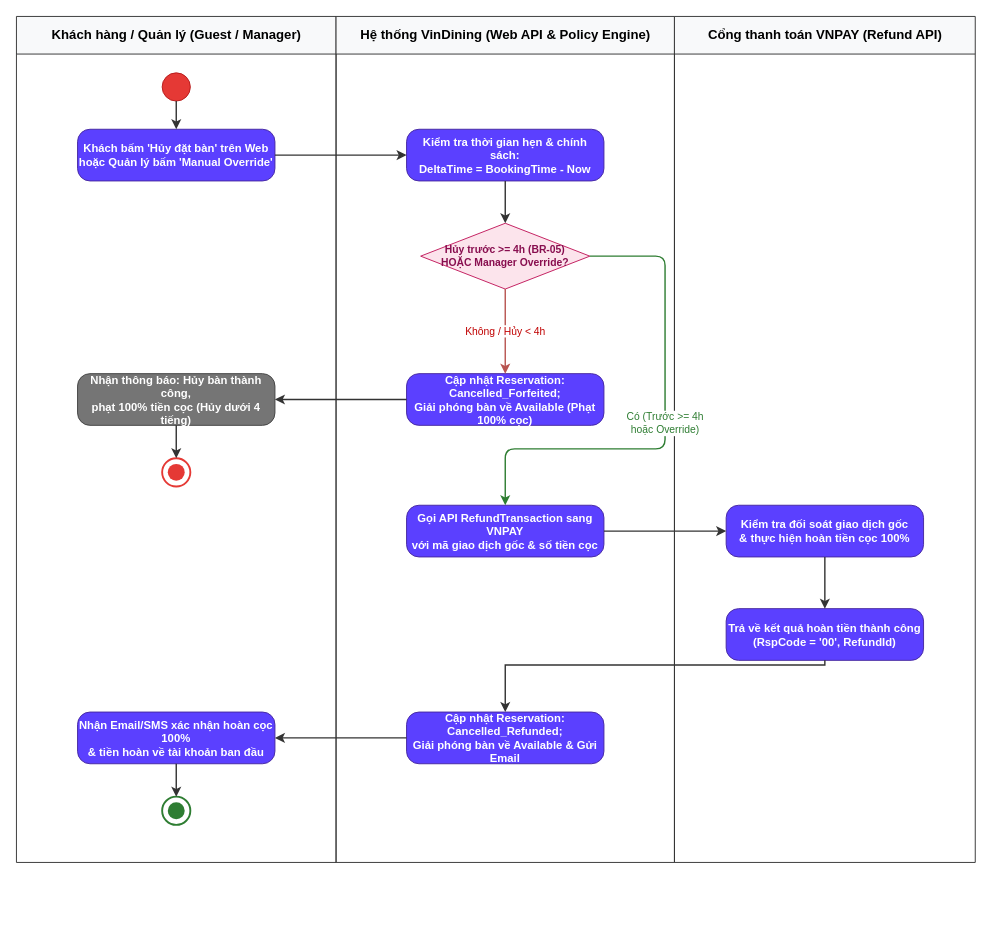
This is docs/phase1/drawio/ad05_cancellation_refund.drawio from AndrewQng/VinDining, a draw.io file, before an edit. Source tidied: cells renumbered, new cells numbered last; positions are measured from the earlier drawing's top-left corner, leaving out a move shared by most shapes. Both pictures are drawn from the tidied source at 94%, with x=0, y=0 at pixel (16, 16).
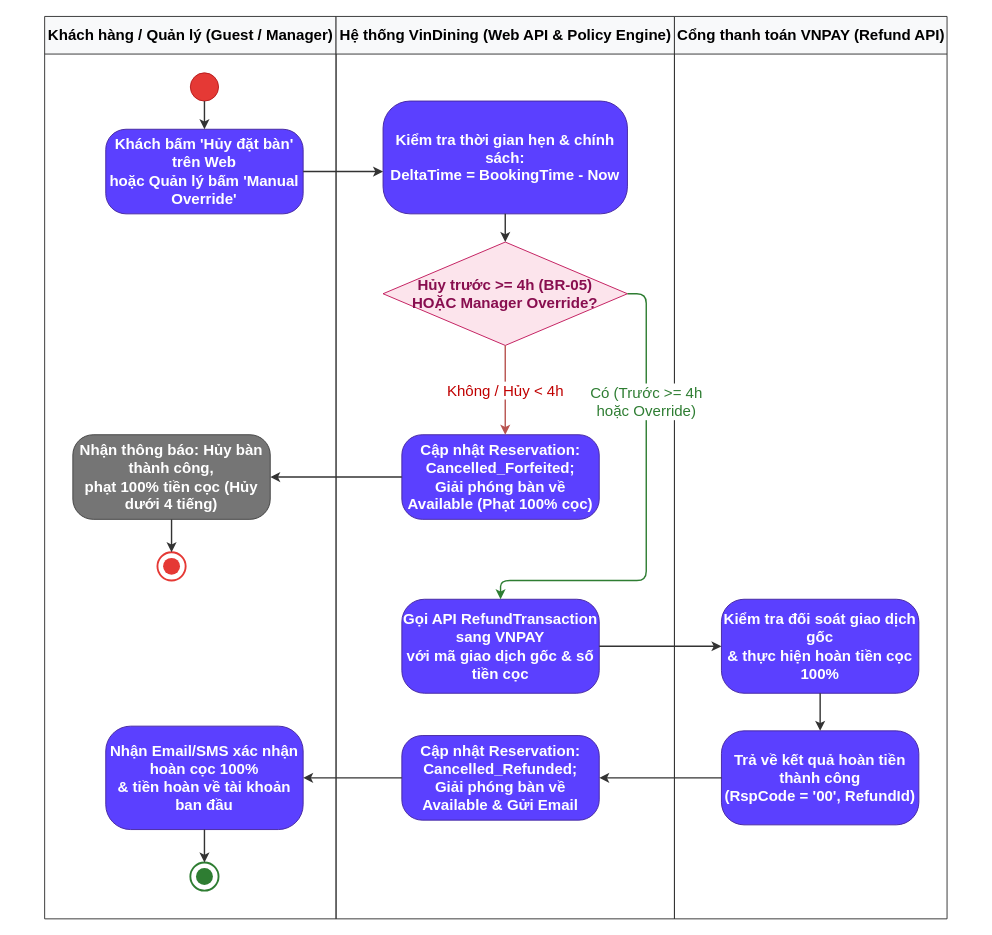
Above is the later version.

What changed in the source:
```diff
@@
-    <mxCell id="2" value="Khách hàng / Quản lý (Guest / Manager)" style="swimlane;html=1;startSize=40;horizontal=1;fontStyle=1;fontSize=14;align=center;verticalAlign=middle;fillColor=#f8f9fa;strokeColor=#333333;swimlaneLine=1;" parent="1" vertex="1">
-      <mxGeometry width="340" height="900" as="geometry" />
+    <mxCell id="2" value="Khách hàng / Quản lý (Guest / Manager)" style="swimlane;html=1;startSize=40;horizontal=1;fontStyle=1;fontSize=16;align=center;verticalAlign=middle;fillColor=#f8f9fa;strokeColor=#333333;swimlaneLine=1;" parent="1" vertex="1">
+      <mxGeometry x="30" width="310" height="960" as="geometry" />
     </mxCell>
-    <mxCell id="3" value="Hệ thống VinDining (Web API &amp; Policy Engine)" style="swimlane;html=1;startSize=40;horizontal=1;fontStyle=1;fontSize=14;align=center;verticalAlign=middle;fillColor=#f8f9fa;strokeColor=#333333;swimlaneLine=1;" parent="1" vertex="1">
-      <mxGeometry x="340" width="360" height="900" as="geometry" />
-    </mxCell>
-    <mxCell id="4" value="Cổng thanh toán VNPAY (Refund API)" style="swimlane;html=1;startSize=40;horizontal=1;fontStyle=1;fontSize=14;align=center;verticalAlign=middle;fillColor=#f8f9fa;strokeColor=#333333;swimlaneLine=1;" parent="1" vertex="1">
-      <mxGeometry x="700" width="320" height="900" as="geometry" />
-    </mxCell>
-    <mxCell id="5" style="ellipse;whiteSpace=wrap;html=1;fillColor=#e53935;strokeColor=#b71c1c;" parent="2" vertex="1">
+    <mxCell id="5" style="ellipse;whiteSpace=wrap;html=1;fillColor=#e53935;strokeColor=#b71c1c;fontSize=16;" parent="2" vertex="1">
       <mxGeometry x="155" y="60" width="30" height="30" as="geometry" />
     </mxCell>
-    <mxCell id="6" value="Khách bấm 'Hủy đặt bàn' trên Web&#10;hoặc Quản lý bấm 'Manual Override'" style="rounded=1;arcSize=24;whiteSpace=wrap;html=1;fillColor=#5b40ff;strokeColor=#4527a0;fontColor=#ffffff;fontStyle=1;fontSize=12;align=center;verticalAlign=middle;" parent="2" vertex="1">
-      <mxGeometry x="65" y="120" width="210" height="55" as="geometry" />
+    <mxCell id="6" value="Khách bấm 'Hủy đặt bàn' trên Web&#10;hoặc Quản lý bấm 'Manual Override'" style="rounded=1;arcSize=24;whiteSpace=wrap;html=1;fillColor=#5b40ff;strokeColor=#4527a0;fontColor=#ffffff;fontStyle=1;fontSize=16;align=center;verticalAlign=middle;" parent="2" vertex="1">
+      <mxGeometry x="65" y="120" width="210" height="90" as="geometry" />
     </mxCell>
+    <mxCell id="10" value="Nhận Email/SMS xác nhận hoàn cọc 100%&#10;&amp;amp; tiền hoàn về tài khoản ban đầu" style="rounded=1;arcSize=24;whiteSpace=wrap;html=1;fillColor=#5b40ff;strokeColor=#4527a0;fontColor=#ffffff;fontStyle=1;fontSize=16;align=center;verticalAlign=middle;" parent="2" vertex="1">
+      <mxGeometry x="65" y="755" width="210" height="110" as="geometry" />
+    </mxCell>
+    <mxCell id="11" style="ellipse;whiteSpace=wrap;html=1;fillColor=#ffffff;strokeColor=#2e7d32;strokeWidth=2;fontSize=16;" parent="2" vertex="1">
+      <mxGeometry x="155" y="900" width="30" height="30" as="geometry" />
+    </mxCell>
+    <mxCell id="12" style="ellipse;whiteSpace=wrap;html=1;fillColor=#2e7d32;strokeColor=none;fontSize=16;" parent="2" vertex="1">
+      <mxGeometry x="161" y="906" width="18" height="18" as="geometry" />
+    </mxCell>
+    <mxCell id="31" style="edgeStyle=orthogonalEdgeStyle;rounded=0;strokeColor=#333333;strokeWidth=1.5;html=1;fontSize=16;" parent="2" edge="1" source="10" target="11">
+      <mxGeometry relative="1" as="geometry" />
+    </mxCell>
+    <mxCell id="3" value="Hệ thống VinDining (Web API &amp;amp; Policy Engine)" style="swimlane;html=1;startSize=40;horizontal=1;fontStyle=1;fontSize=16;align=center;verticalAlign=middle;fillColor=#f8f9fa;strokeColor=#333333;swimlaneLine=1;" parent="1" vertex="1">
+      <mxGeometry x="340" width="360" height="960" as="geometry" />
+    </mxCell>
+    <mxCell id="13" value="Kiểm tra thời gian hẹn &amp;amp; chính sách:&#10;DeltaTime = BookingTime - Now" style="rounded=1;arcSize=24;whiteSpace=wrap;html=1;fillColor=#5b40ff;strokeColor=#4527a0;fontColor=#ffffff;fontStyle=1;fontSize=16;align=center;verticalAlign=middle;" parent="3" vertex="1">
+      <mxGeometry x="50" y="90" width="260" height="120" as="geometry" />
+    </mxCell>
+    <mxCell id="14" value="Hủy trước &amp;gt;= 4h (BR-05)&#10;HOẶC Manager Override?" style="rhombus;whiteSpace=wrap;html=1;fillColor=#fce4ec;strokeColor=#c2185b;fontColor=#880e4f;fontStyle=1;fontSize=16;align=center;verticalAlign=middle;" parent="3" vertex="1">
+      <mxGeometry x="50" y="240" width="260" height="110" as="geometry" />
+    </mxCell>
-    <mxCell id="7" value="Nhận thông báo: Hủy bàn thành công,&#10;phạt 100% tiền cọc (Hủy dưới 4 tiếng)" style="rounded=1;arcSize=24;whiteSpace=wrap;html=1;fillColor=#757575;strokeColor=#424242;fontColor=#ffffff;fontStyle=1;fontSize=12;align=center;verticalAlign=middle;" parent="2" vertex="1">
-      <mxGeometry x="65" y="380" width="210" height="55" as="geometry" />
+    <mxCell id="7" value="Nhận thông báo: Hủy bàn thành công,&#10;phạt 100% tiền cọc (Hủy dưới 4 tiếng)" style="rounded=1;arcSize=24;whiteSpace=wrap;html=1;fillColor=#757575;strokeColor=#424242;fontColor=#ffffff;fontStyle=1;fontSize=16;align=center;verticalAlign=middle;" parent="3" vertex="1">
+      <mxGeometry x="-280" y="445" width="210" height="90" as="geometry" />
     </mxCell>
-    <mxCell id="8" style="ellipse;whiteSpace=wrap;html=1;fillColor=#ffffff;strokeColor=#e53935;strokeWidth=2;" parent="2" vertex="1">
-      <mxGeometry x="155" y="470" width="30" height="30" as="geometry" />
+    <mxCell id="8" style="ellipse;whiteSpace=wrap;html=1;fillColor=#ffffff;strokeColor=#e53935;strokeWidth=2;fontSize=16;" parent="3" vertex="1">
+      <mxGeometry x="-190" y="570" width="30" height="30" as="geometry" />
     </mxCell>
-    <mxCell id="9" style="ellipse;whiteSpace=wrap;html=1;fillColor=#e53935;strokeColor=none;" parent="2" vertex="1">
-      <mxGeometry x="161" y="476" width="18" height="18" as="geometry" />
+    <mxCell id="9" style="ellipse;whiteSpace=wrap;html=1;fillColor=#e53935;strokeColor=none;fontSize=16;" parent="3" vertex="1">
+      <mxGeometry x="-184" y="576" width="18" height="18" as="geometry" />
     </mxCell>
-    <mxCell id="10" value="Nhận Email/SMS xác nhận hoàn cọc 100%&#10;&amp; tiền hoàn về tài khoản ban đầu" style="rounded=1;arcSize=24;whiteSpace=wrap;html=1;fillColor=#5b40ff;strokeColor=#4527a0;fontColor=#ffffff;fontStyle=1;fontSize=12;align=center;verticalAlign=middle;" parent="2" vertex="1">
-      <mxGeometry x="65" y="740" width="210" height="55" as="geometry" />
-    </mxCell>
-    <mxCell id="11" style="ellipse;whiteSpace=wrap;html=1;fillColor=#ffffff;strokeColor=#2e7d32;strokeWidth=2;" parent="2" vertex="1">
-      <mxGeometry x="155" y="830" width="30" height="30" as="geometry" />
-    </mxCell>
-    <mxCell id="12" style="ellipse;whiteSpace=wrap;html=1;fillColor=#2e7d32;strokeColor=none;" parent="2" vertex="1">
-      <mxGeometry x="161" y="836" width="18" height="18" as="geometry" />
-    </mxCell>
-    <mxCell id="13" value="Kiểm tra thời gian hẹn &amp; chính sách:&#10;DeltaTime = BookingTime - Now" style="rounded=1;arcSize=24;whiteSpace=wrap;html=1;fillColor=#5b40ff;strokeColor=#4527a0;fontColor=#ffffff;fontStyle=1;fontSize=12;align=center;verticalAlign=middle;" parent="3" vertex="1">
-      <mxGeometry x="75" y="120" width="210" height="55" as="geometry" />
-    </mxCell>
-    <mxCell id="14" value="Hủy trước &gt;= 4h (BR-05)&#10;HOẶC Manager Override?" style="rhombus;whiteSpace=wrap;html=1;fillColor=#fce4ec;strokeColor=#c2185b;fontColor=#880e4f;fontStyle=1;fontSize=11;align=center;verticalAlign=middle;" parent="3" vertex="1">
-      <mxGeometry x="90" y="220" width="180" height="70" as="geometry" />
-    </mxCell>
-    <mxCell id="15" value="Cập nhật Reservation: Cancelled_Forfeited;&#10;Giải phóng bàn về Available (Phạt 100% cọc)" style="rounded=1;arcSize=24;whiteSpace=wrap;html=1;fillColor=#5b40ff;strokeColor=#4527a0;fontColor=#ffffff;fontStyle=1;fontSize=12;align=center;verticalAlign=middle;" parent="3" vertex="1">
-      <mxGeometry x="75" y="380" width="210" height="55" as="geometry" />
+    <mxCell id="15" value="Cập nhật Reservation: Cancelled_Forfeited;&#10;Giải phóng bàn về Available (Phạt 100% cọc)" style="rounded=1;arcSize=24;whiteSpace=wrap;html=1;fillColor=#5b40ff;strokeColor=#4527a0;fontColor=#ffffff;fontStyle=1;fontSize=16;align=center;verticalAlign=middle;" parent="3" vertex="1">
+      <mxGeometry x="70" y="445" width="210" height="90" as="geometry" />
     </mxCell>
-    <mxCell id="16" value="Gọi API RefundTransaction sang VNPAY&#10;với mã giao dịch gốc &amp; số tiền cọc" style="rounded=1;arcSize=24;whiteSpace=wrap;html=1;fillColor=#5b40ff;strokeColor=#4527a0;fontColor=#ffffff;fontStyle=1;fontSize=12;align=center;verticalAlign=middle;" parent="3" vertex="1">
-      <mxGeometry x="75" y="520" width="210" height="55" as="geometry" />
+    <mxCell id="16" value="Gọi API RefundTransaction sang VNPAY&#10;với mã giao dịch gốc &amp;amp; số tiền cọc" style="rounded=1;arcSize=24;whiteSpace=wrap;html=1;fillColor=#5b40ff;strokeColor=#4527a0;fontColor=#ffffff;fontStyle=1;fontSize=16;align=center;verticalAlign=middle;" parent="3" vertex="1">
+      <mxGeometry x="70" y="620" width="210" height="100" as="geometry" />
     </mxCell>
-    <mxCell id="17" value="Cập nhật Reservation: Cancelled_Refunded;&#10;Giải phóng bàn về Available &amp; Gửi Email" style="rounded=1;arcSize=24;whiteSpace=wrap;html=1;fillColor=#5b40ff;strokeColor=#4527a0;fontColor=#ffffff;fontStyle=1;fontSize=12;align=center;verticalAlign=middle;" parent="3" vertex="1">
-      <mxGeometry x="75" y="740" width="210" height="55" as="geometry" />
+    <mxCell id="17" value="Cập nhật Reservation: Cancelled_Refunded;&#10;Giải phóng bàn về Available &amp;amp; Gửi Email" style="rounded=1;arcSize=24;whiteSpace=wrap;html=1;fillColor=#5b40ff;strokeColor=#4527a0;fontColor=#ffffff;fontStyle=1;fontSize=16;align=center;verticalAlign=middle;" parent="3" vertex="1">
+      <mxGeometry x="70" y="765" width="210" height="90" as="geometry" />
     </mxCell>
-    <mxCell id="18" value="Kiểm tra đối soát giao dịch gốc&#10;&amp; thực hiện hoàn tiền cọc 100%" style="rounded=1;arcSize=24;whiteSpace=wrap;html=1;fillColor=#5b40ff;strokeColor=#4527a0;fontColor=#ffffff;fontStyle=1;fontSize=12;align=center;verticalAlign=middle;" parent="4" vertex="1">
-      <mxGeometry x="55" y="520" width="210" height="55" as="geometry" />
+    <mxCell id="18" value="Kiểm tra đối soát giao dịch gốc&#10;&amp;amp; thực hiện hoàn tiền cọc 100%" style="rounded=1;arcSize=24;whiteSpace=wrap;html=1;fillColor=#5b40ff;strokeColor=#4527a0;fontColor=#ffffff;fontStyle=1;fontSize=16;align=center;verticalAlign=middle;" parent="3" vertex="1">
+      <mxGeometry x="410" y="620" width="210" height="100" as="geometry" />
     </mxCell>
+    <mxCell id="24" style="edgeStyle=orthogonalEdgeStyle;rounded=0;strokeColor=#333333;strokeWidth=1.5;html=1;fontSize=16;" parent="3" edge="1" source="15" target="7">
+      <mxGeometry relative="1" as="geometry" />
+    </mxCell>
+    <mxCell id="25" style="edgeStyle=orthogonalEdgeStyle;rounded=0;strokeColor=#333333;strokeWidth=1.5;html=1;fontSize=16;" parent="3" edge="1" source="7" target="8">
+      <mxGeometry relative="1" as="geometry" />
+    </mxCell>
+    <mxCell id="27" style="edgeStyle=orthogonalEdgeStyle;rounded=0;strokeColor=#333333;strokeWidth=1.5;html=1;fontSize=16;" parent="3" edge="1" source="16" target="18">
+      <mxGeometry relative="1" as="geometry" />
+    </mxCell>
+    <mxCell id="4" value="Cổng thanh toán VNPAY (Refund API)" style="swimlane;html=1;startSize=40;horizontal=1;fontStyle=1;fontSize=16;align=center;verticalAlign=middle;fillColor=#f8f9fa;strokeColor=#333333;swimlaneLine=1;" parent="1" vertex="1">
+      <mxGeometry x="700" width="290" height="960" as="geometry" />
+    </mxCell>
-    <mxCell id="19" value="Trả về kết quả hoàn tiền thành công&#10;(RspCode = '00', RefundId)" style="rounded=1;arcSize=24;whiteSpace=wrap;html=1;fillColor=#5b40ff;strokeColor=#4527a0;fontColor=#ffffff;fontStyle=1;fontSize=12;align=center;verticalAlign=middle;" parent="4" vertex="1">
-      <mxGeometry x="55" y="630" width="210" height="55" as="geometry" />
+    <mxCell id="19" value="Trả về kết quả hoàn tiền thành công&#10;(RspCode = '00', RefundId)" style="rounded=1;arcSize=24;whiteSpace=wrap;html=1;fillColor=#5b40ff;strokeColor=#4527a0;fontColor=#ffffff;fontStyle=1;fontSize=16;align=center;verticalAlign=middle;" parent="4" vertex="1">
+      <mxGeometry x="50" y="760" width="210" height="100" as="geometry" />
     </mxCell>
-    <mxCell id="20" style="edgeStyle=orthogonalEdgeStyle;rounded=0;strokeColor=#333333;strokeWidth=1.5;html=1;" parent="1" edge="1" source="5" target="6">
+    <mxCell id="20" style="edgeStyle=orthogonalEdgeStyle;rounded=0;strokeColor=#333333;strokeWidth=1.5;html=1;fontSize=16;" parent="1" edge="1" source="5" target="6">
       <mxGeometry relative="1" as="geometry" />
     </mxCell>
-    <mxCell id="21" style="edgeStyle=orthogonalEdgeStyle;rounded=0;strokeColor=#333333;strokeWidth=1.5;html=1;" parent="1" edge="1" source="6" target="13">
-      <mxGeometry relative="1" as="geometry" />
+    <mxCell id="21" style="edgeStyle=orthogonalEdgeStyle;rounded=0;strokeColor=#333333;strokeWidth=1.5;html=1;fontSize=16;" parent="1" edge="1" source="6" target="13">
+      <mxGeometry relative="1" as="geometry">
+        <Array as="points">
+          <mxPoint x="370" y="165" />
+          <mxPoint x="370" y="165" />
+        </Array>
+      </mxGeometry>
     </mxCell>
-    <mxCell id="22" style="edgeStyle=orthogonalEdgeStyle;rounded=0;strokeColor=#333333;strokeWidth=1.5;html=1;" parent="1" edge="1" source="13" target="14">
+    <mxCell id="22" style="edgeStyle=orthogonalEdgeStyle;rounded=0;strokeColor=#333333;strokeWidth=1.5;html=1;fontSize=16;" parent="1" edge="1" source="13" target="14">
       <mxGeometry relative="1" as="geometry" />
     </mxCell>
-    <mxCell id="23" value="Không / Hủy &lt; 4h" style="edgeStyle=orthogonalEdgeStyle;rounded=0;strokeColor=#b85450;strokeWidth=1.5;html=1;fontColor=#c00000;labelBackgroundColor=#ffffff;" parent="1" edge="1" source="14" target="15">
-      <mxGeometry relative="1" as="geometry" />
+    <mxCell id="23" value="Không / Hủy &amp;lt; 4h" style="edgeStyle=orthogonalEdgeStyle;rounded=0;strokeColor=#b85450;strokeWidth=1.5;html=1;fontColor=#c00000;labelBackgroundColor=#ffffff;fontSize=16;" parent="1" edge="1" source="14" target="15">
+      <mxGeometry relative="1" as="geometry">
+        <Array as="points">
+          <mxPoint x="520" y="440" />
+          <mxPoint x="520" y="440" />
+        </Array>
+      </mxGeometry>
     </mxCell>
-    <mxCell id="24" style="edgeStyle=orthogonalEdgeStyle;rounded=0;strokeColor=#333333;strokeWidth=1.5;html=1;" parent="1" edge="1" source="15" target="7">
-      <mxGeometry relative="1" as="geometry" />
-    </mxCell>
-    <mxCell id="25" style="edgeStyle=orthogonalEdgeStyle;rounded=0;strokeColor=#333333;strokeWidth=1.5;html=1;" parent="1" edge="1" source="7" target="8">
-      <mxGeometry relative="1" as="geometry" />
-    </mxCell>
-    <mxCell id="26" value="Có (Trước &gt;= 4h&#10;hoặc Override)" style="edgeStyle=orthogonalEdgeStyle;rounded=1;strokeColor=#2e7d32;strokeWidth=1.5;html=1;fontColor=#2e7d32;labelBackgroundColor=#ffffff;exitX=1;exitY=0.5;entryX=0.5;entryY=0;" parent="1" edge="1" source="14" target="16">
-      <mxGeometry relative="1" as="geometry">
+    <mxCell id="26" value="Có (Trước &amp;gt;= 4h&#10;hoặc Override)" style="edgeStyle=orthogonalEdgeStyle;rounded=1;strokeColor=#2e7d32;strokeWidth=1.5;html=1;fontColor=#2e7d32;labelBackgroundColor=#ffffff;exitX=1;exitY=0.5;entryX=0.5;entryY=0;fontSize=16;" parent="1" edge="1" source="14" target="16">
+      <mxGeometry x="-0.46" relative="1" as="geometry">
         <Array as="points">
-          <mxPoint x="690" y="255" />
-          <mxPoint x="690" y="460" />
-          <mxPoint x="520" y="460" />
+          <mxPoint x="670" y="295" />
+          <mxPoint x="670" y="600.1" />
+          <mxPoint x="515" y="600.1" />
         </Array>
       </mxGeometry>
     </mxCell>
-    <mxCell id="27" style="edgeStyle=orthogonalEdgeStyle;rounded=0;strokeColor=#333333;strokeWidth=1.5;html=1;" parent="1" edge="1" source="16" target="18">
-      <mxGeometry relative="1" as="geometry" />
-    </mxCell>
-    <mxCell id="28" style="edgeStyle=orthogonalEdgeStyle;rounded=0;strokeColor=#333333;strokeWidth=1.5;html=1;" parent="1" edge="1" source="18" target="19">
+    <mxCell id="28" style="edgeStyle=orthogonalEdgeStyle;rounded=0;strokeColor=#333333;strokeWidth=1.5;html=1;fontSize=16;" parent="1" edge="1" source="18" target="19">
       <mxGeometry relative="1" as="geometry" />
     </mxCell>
-    <mxCell id="29" style="edgeStyle=orthogonalEdgeStyle;rounded=0;strokeColor=#333333;strokeWidth=1.5;html=1;" parent="1" edge="1" source="19" target="17">
+    <mxCell id="29" style="edgeStyle=orthogonalEdgeStyle;rounded=0;strokeColor=#333333;strokeWidth=1.5;html=1;fontSize=16;" parent="1" edge="1" source="19" target="17">
       <mxGeometry relative="1" as="geometry">
         <Array as="points">
-          <mxPoint x="860" y="690" />
-          <mxPoint x="520" y="690" />
+          <mxPoint x="855" y="790" />
+          <mxPoint x="515" y="790" />
         </Array>
       </mxGeometry>
     </mxCell>
-    <mxCell id="30" style="edgeStyle=orthogonalEdgeStyle;rounded=0;strokeColor=#333333;strokeWidth=1.5;html=1;" parent="1" edge="1" source="17" target="10">
+    <mxCell id="30" style="edgeStyle=orthogonalEdgeStyle;rounded=0;strokeColor=#333333;strokeWidth=1.5;html=1;fontSize=16;" parent="1" edge="1" source="17" target="10">
       <mxGeometry relative="1" as="geometry" />
     </mxCell>
-    <mxCell id="31" style="edgeStyle=orthogonalEdgeStyle;rounded=0;strokeColor=#333333;strokeWidth=1.5;html=1;" parent="1" edge="1" source="10" target="11">
-      <mxGeometry relative="1" as="geometry" />
-    </mxCell>
```
